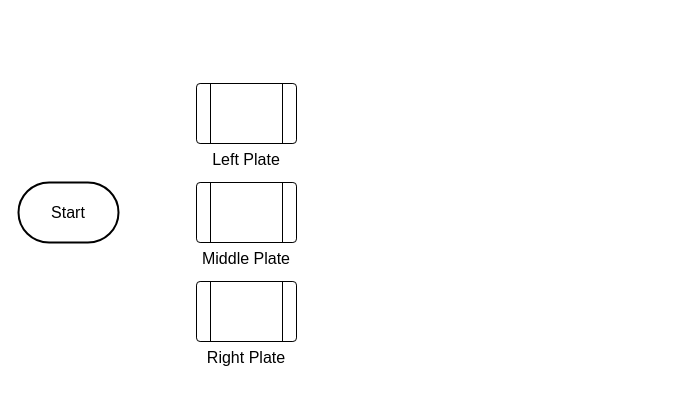
The draw.io diagram docs/Vault of Glass.drawio in Yogarine/grave.world, before the edit. Source tidied: cells renumbered, new cells numbered last; positions are measured from the earlier drawing's top-left corner, leaving out a move shared by most shapes. Both pictures are drawn from the tidied source at 100%, with x=0, y=0 at pixel (18, 83).
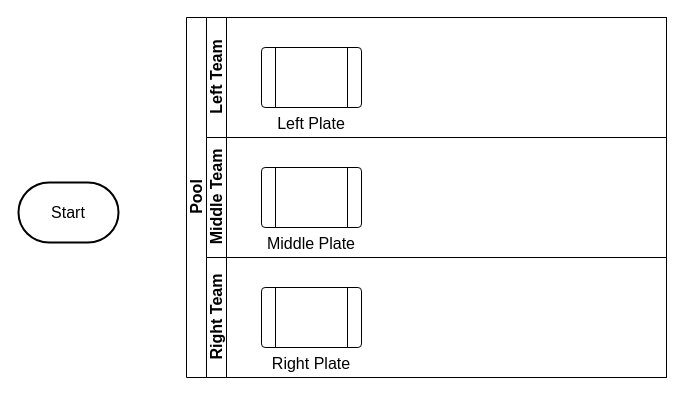
The same diagram, later.

Change to the diagram source:
```diff
@@
 <mxGraphModel>
   <root>
     <mxCell id="0" />
     <mxCell id="1" parent="0" />
     <mxCell id="2" value="Start" style="strokeWidth=2;html=1;shape=mxgraph.flowchart.terminator;whiteSpace=wrap;fontSize=16;" parent="1" vertex="1">
       <mxGeometry y="99" width="100" height="60" as="geometry" />
     </mxCell>
+    <mxCell id="6" value="Pool" style="swimlane;horizontal=0;startSize=20;html=1;fontSize=16;" parent="1" vertex="1">
+      <mxGeometry x="168" y="-66" width="480" height="360" as="geometry" />
+    </mxCell>
+    <mxCell id="7" value="Left Team" style="swimlane;startSize=20;horizontal=0;html=1;fontSize=16;" parent="6" vertex="1">
+      <mxGeometry x="20" width="460" height="120" as="geometry" />
+    </mxCell>
-    <mxCell id="3" value="Left Plate" style="verticalLabelPosition=bottom;verticalAlign=top;html=1;shape=process;whiteSpace=wrap;rounded=1;size=0.14;arcSize=6;fontSize=16;" parent="1" vertex="1">
-      <mxGeometry x="178" width="100" height="60" as="geometry" />
+    <mxCell id="3" value="Left Plate" style="verticalLabelPosition=bottom;verticalAlign=top;html=1;shape=process;whiteSpace=wrap;rounded=1;size=0.14;arcSize=6;fontSize=16;" parent="7" vertex="1">
+      <mxGeometry x="55" y="30" width="100" height="60" as="geometry" />
     </mxCell>
+    <mxCell id="8" value="Middle Team" style="swimlane;startSize=20;horizontal=0;html=1;fontSize=16;" parent="6" vertex="1">
+      <mxGeometry x="20" y="120" width="460" height="120" as="geometry" />
+    </mxCell>
-    <mxCell id="4" value="Middle Plate" style="verticalLabelPosition=bottom;verticalAlign=top;html=1;shape=process;whiteSpace=wrap;rounded=1;size=0.14;arcSize=6;fontSize=16;" parent="1" vertex="1">
-      <mxGeometry x="178" y="99" width="100" height="60" as="geometry" />
+    <mxCell id="4" value="Middle Plate" style="verticalLabelPosition=bottom;verticalAlign=top;html=1;shape=process;whiteSpace=wrap;rounded=1;size=0.14;arcSize=6;fontSize=16;" parent="8" vertex="1">
+      <mxGeometry x="55" y="30" width="100" height="60" as="geometry" />
     </mxCell>
+    <mxCell id="9" value="Right Team" style="swimlane;startSize=20;horizontal=0;html=1;fontSize=16;" parent="6" vertex="1">
+      <mxGeometry x="20" y="240" width="460" height="120" as="geometry" />
+    </mxCell>
-    <mxCell id="5" value="Right Plate" style="verticalLabelPosition=bottom;verticalAlign=top;html=1;shape=process;whiteSpace=wrap;rounded=1;size=0.14;arcSize=6;fontSize=16;" parent="1" vertex="1">
-      <mxGeometry x="178" y="198" width="100" height="60" as="geometry" />
+    <mxCell id="5" value="Right Plate" style="verticalLabelPosition=bottom;verticalAlign=top;html=1;shape=process;whiteSpace=wrap;rounded=1;size=0.14;arcSize=6;fontSize=16;" parent="9" vertex="1">
+      <mxGeometry x="55" y="30" width="100" height="60" as="geometry" />
     </mxCell>
   </root>
 </mxGraphModel>
```
